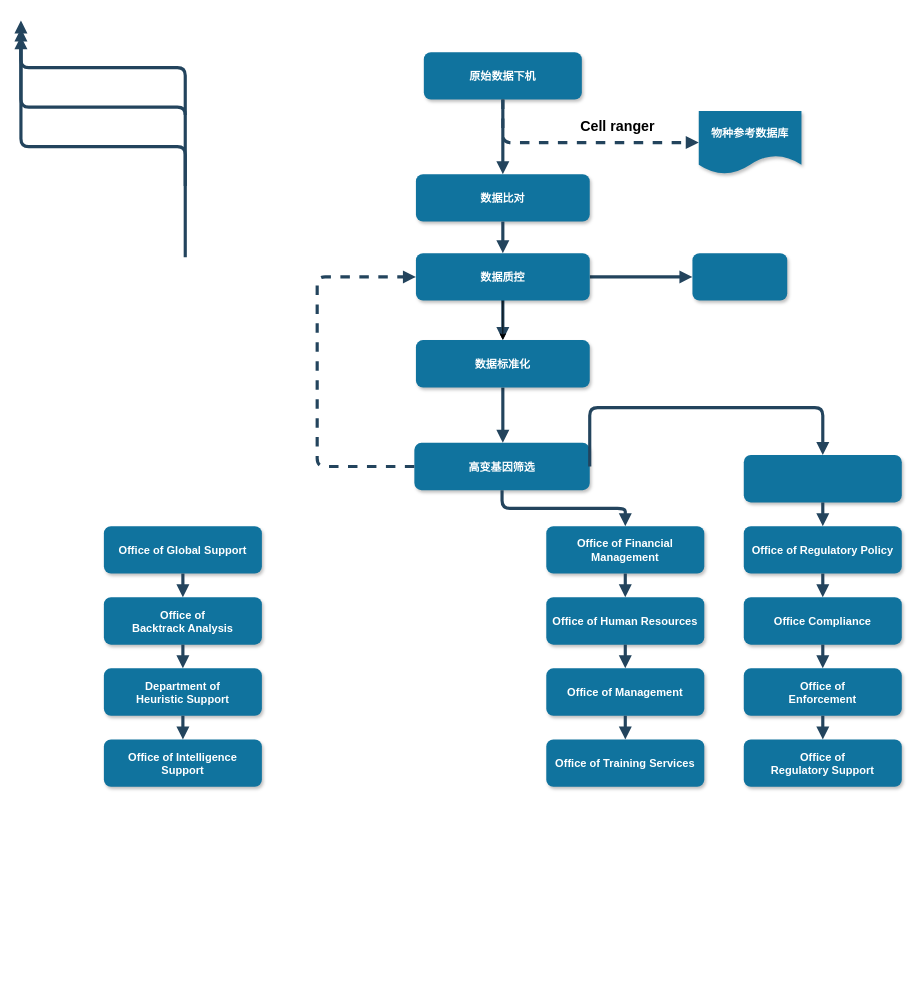
The draw.io diagram 流程图1.drawio in myshu2017-03-14/test-myshu-2018-1-13, before the edit. Source tidied: cells renumbered, new cells numbered last; positions are measured from the earlier drawing's top-left corner, leaving out a move shared by most shapes. Both pictures are drawn from the tidied source at 79%, with x=0, y=0 at pixel (21, 21).
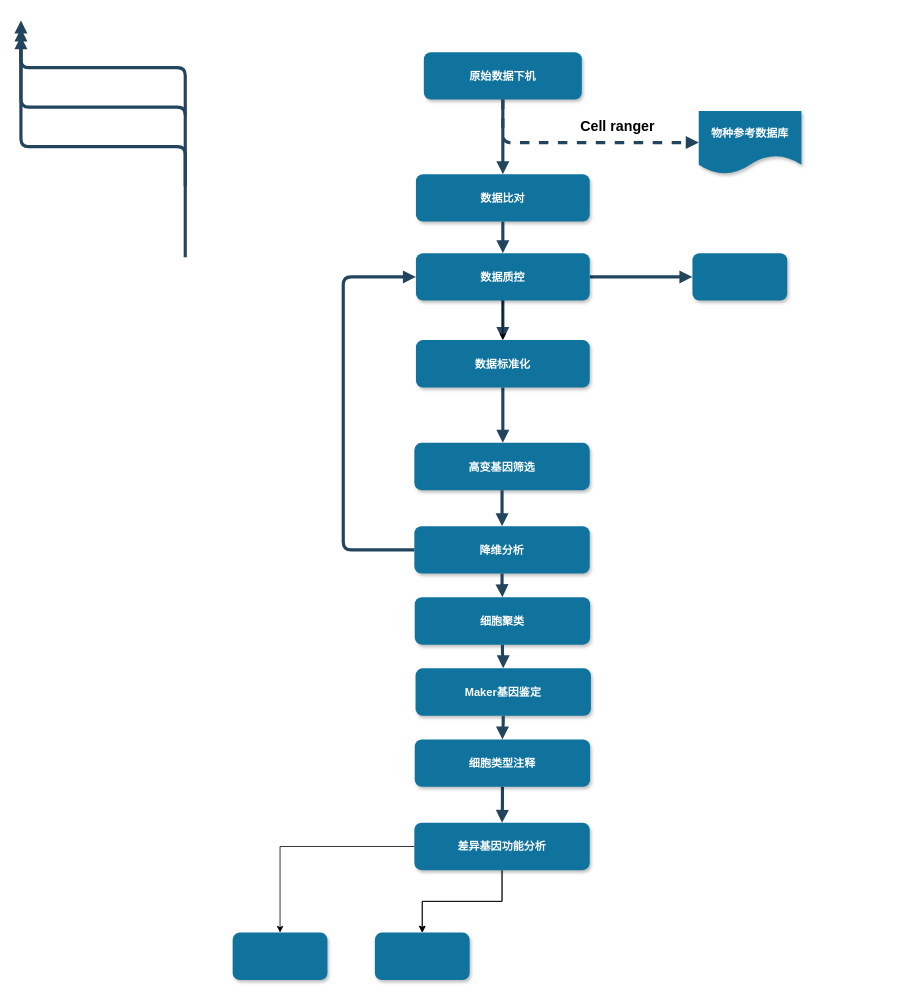
The same page after the edit.

Commit message:
更新流程图1.drawio

Unchanged cells that the change refers to:
```xml
<mxCell id="8" value="高变基因筛选" style="rounded=1;fillColor=#10739E;strokeColor=none;shadow=1;gradientColor=none;fontStyle=1;fontColor=#FFFFFF;fontSize=14;" parent="1" vertex="1">
  <mxGeometry x="498" y="534" width="222" height="60" as="geometry" />
</mxCell>
<mxCell id="44" value="数据质控" style="rounded=1;fillColor=#10739E;strokeColor=none;shadow=1;gradientColor=none;fontStyle=1;fontColor=#FFFFFF;fontSize=14;verticalAlign=middle;" parent="1" vertex="1">
  <mxGeometry x="500" y="294" width="220" height="60" as="geometry" />
</mxCell>
```

Change to the diagram source:
```diff
@@
-    <mxCell id="4" value="Office of Global Support" style="rounded=1;fillColor=#10739E;strokeColor=none;shadow=1;gradientColor=none;fontStyle=1;fontColor=#FFFFFF;fontSize=14;" parent="1" vertex="1">
-      <mxGeometry x="105" y="639.5" width="200" height="60" as="geometry" />
-    </mxCell>
-    <mxCell id="5" value="Office of &#10;Backtrack Analysis" style="rounded=1;fillColor=#10739E;strokeColor=none;shadow=1;gradientColor=none;fontStyle=1;fontColor=#FFFFFF;fontSize=14;" parent="1" vertex="1">
-      <mxGeometry x="105" y="729.5" width="200" height="60" as="geometry" />
-    </mxCell>
-    <mxCell id="6" value="Department of &#10;Heuristic Support" style="rounded=1;fillColor=#10739E;strokeColor=none;shadow=1;gradientColor=none;fontStyle=1;fontColor=#FFFFFF;fontSize=14;" parent="1" vertex="1">
-      <mxGeometry x="105" y="819.5" width="200" height="60" as="geometry" />
-    </mxCell>
-    <mxCell id="7" value="Office of Intelligence &#10;Support" style="rounded=1;fillColor=#10739E;strokeColor=none;shadow=1;gradientColor=none;fontStyle=1;fontColor=#FFFFFF;fontSize=14;" parent="1" vertex="1">
-      <mxGeometry x="105" y="909.5" width="200" height="60" as="geometry" />
-    </mxCell>
@@
-    <mxCell id="9" value="Office of Financial &#10;Management" style="rounded=1;fillColor=#10739E;strokeColor=none;shadow=1;gradientColor=none;fontStyle=1;fontColor=#FFFFFF;fontSize=14;" parent="1" vertex="1">
-      <mxGeometry x="665" y="639.5" width="200" height="60" as="geometry" />
+    <mxCell id="9" value="降维分析" style="rounded=1;fillColor=#10739E;strokeColor=none;shadow=1;gradientColor=none;fontStyle=1;fontColor=#FFFFFF;fontSize=14;" parent="1" vertex="1">
+      <mxGeometry x="498" y="639.5" width="222" height="60" as="geometry" />
     </mxCell>
-    <mxCell id="10" value="Office of Human Resources" style="rounded=1;fillColor=#10739E;strokeColor=none;shadow=1;gradientColor=none;fontStyle=1;fontColor=#FFFFFF;fontSize=14;" parent="1" vertex="1">
-      <mxGeometry x="665" y="729.5" width="200" height="60" as="geometry" />
+    <mxCell id="10" value="细胞聚类" style="rounded=1;fillColor=#10739E;strokeColor=none;shadow=1;gradientColor=none;fontStyle=1;fontColor=#FFFFFF;fontSize=14;" parent="1" vertex="1">
+      <mxGeometry x="498.5" y="729.5" width="222" height="60" as="geometry" />
     </mxCell>
-    <mxCell id="11" value="Office of Management " style="rounded=1;fillColor=#10739E;strokeColor=none;shadow=1;gradientColor=none;fontStyle=1;fontColor=#FFFFFF;fontSize=14;" parent="1" vertex="1">
-      <mxGeometry x="665" y="819.5" width="200" height="60" as="geometry" />
+    <mxCell id="11" value="Maker基因鉴定" style="rounded=1;fillColor=#10739E;strokeColor=none;shadow=1;gradientColor=none;fontStyle=1;fontColor=#FFFFFF;fontSize=14;" parent="1" vertex="1">
+      <mxGeometry x="499.5" y="819.5" width="222" height="60" as="geometry" />
     </mxCell>
+    <mxCell id="47" style="edgeStyle=orthogonalEdgeStyle;rounded=1;jettySize=auto;html=1;fontSize=11;fontColor=#000000;fontStyle=1;strokeColor=#23445D;strokeWidth=4;endFill=1;endArrow=block;" parent="1" edge="1" source="12" target="51">
+      <mxGeometry relative="1" as="geometry" />
+    </mxCell>
-    <mxCell id="12" value="Office of Training Services" style="rounded=1;fillColor=#10739E;strokeColor=none;shadow=1;gradientColor=none;fontStyle=1;fontColor=#FFFFFF;fontSize=14;" parent="1" vertex="1">
-      <mxGeometry x="665" y="909.5" width="200" height="60" as="geometry" />
+    <mxCell id="12" value="细胞类型注释" style="rounded=1;fillColor=#10739E;strokeColor=none;shadow=1;gradientColor=none;fontStyle=1;fontColor=#FFFFFF;fontSize=14;" parent="1" vertex="1">
+      <mxGeometry x="498.5" y="909.5" width="222" height="60" as="geometry" />
     </mxCell>
-    <mxCell id="13" style="rounded=1;fillColor=#10739E;strokeColor=none;shadow=1;gradientColor=none;fontStyle=1;fontColor=#FFFFFF;fontSize=14;" parent="1" vertex="1">
-      <mxGeometry x="915" y="549.5" width="200" height="60" as="geometry" />
-    </mxCell>
-    <mxCell id="14" value="Office of Regulatory Policy" style="rounded=1;fillColor=#10739E;strokeColor=none;shadow=1;gradientColor=none;fontStyle=1;fontColor=#FFFFFF;fontSize=14;" parent="1" vertex="1">
-      <mxGeometry x="915" y="639.5" width="200" height="60" as="geometry" />
-    </mxCell>
-    <mxCell id="15" value="Office Compliance" style="rounded=1;fillColor=#10739E;strokeColor=none;shadow=1;gradientColor=none;fontStyle=1;fontColor=#FFFFFF;fontSize=14;" parent="1" vertex="1">
-      <mxGeometry x="915" y="729.5" width="200" height="60" as="geometry" />
-    </mxCell>
-    <mxCell id="16" value="Office of &#10;Enforcement" style="rounded=1;fillColor=#10739E;strokeColor=none;shadow=1;gradientColor=none;fontStyle=1;fontColor=#FFFFFF;fontSize=14;" parent="1" vertex="1">
-      <mxGeometry x="915" y="819.5" width="200" height="60" as="geometry" />
-    </mxCell>
-    <mxCell id="17" value="Office of&#10; Regulatory Support" style="rounded=1;fillColor=#10739E;strokeColor=none;shadow=1;gradientColor=none;fontStyle=1;fontColor=#FFFFFF;fontSize=14;" parent="1" vertex="1">
-      <mxGeometry x="915" y="909.5" width="200" height="60" as="geometry" />
-    </mxCell>
@@
-    <mxCell id="21" style="edgeStyle=elbowEdgeStyle;elbow=vertical;strokeWidth=4;endArrow=block;endFill=1;fontStyle=1;strokeColor=#23445D;exitX=0;exitY=0.5;exitDx=0;exitDy=0;entryX=0;entryY=0.5;entryDx=0;entryDy=0;dashed=1;" parent="1" edge="1" source="8" target="44">
+    <mxCell id="21" style="edgeStyle=elbowEdgeStyle;elbow=vertical;strokeWidth=4;endArrow=block;endFill=1;fontStyle=1;strokeColor=#23445D;entryX=0;entryY=0.5;entryDx=0;entryDy=0;exitX=0;exitY=0.5;exitDx=0;exitDy=0;" parent="1" edge="1" source="9" target="44">
       <mxGeometry x="7" y="265.5" as="geometry">
         <Array as="points">
-          <mxPoint x="375" y="489.5" />
+          <mxPoint x="408" y="504" />
         </Array>
       </mxGeometry>
     </mxCell>
-    <mxCell id="22" style="edgeStyle=elbowEdgeStyle;elbow=vertical;strokeWidth=4;endArrow=block;endFill=1;fontStyle=1;strokeColor=#23445D;exitX=1;exitY=0.5;exitDx=0;exitDy=0;" parent="1" edge="1" source="8" target="13">
-      <mxGeometry x="7" y="265.5" as="geometry">
-        <Array as="points">
-          <mxPoint x="795" y="489.5" />
-        </Array>
-      </mxGeometry>
-    </mxCell>
-    <mxCell id="23" style="edgeStyle=elbowEdgeStyle;elbow=vertical;strokeWidth=4;endArrow=block;endFill=1;fontStyle=1;strokeColor=#23445D;" parent="1" edge="1" source="4" target="5">
-      <mxGeometry x="47" y="275.5" as="geometry" />
-    </mxCell>
-    <mxCell id="24" style="edgeStyle=elbowEdgeStyle;elbow=vertical;strokeWidth=4;endArrow=block;endFill=1;fontStyle=1;strokeColor=#23445D;" parent="1" edge="1" source="5" target="6">
-      <mxGeometry x="47" y="285.5" as="geometry" />
-    </mxCell>
-    <mxCell id="25" style="edgeStyle=elbowEdgeStyle;elbow=vertical;strokeWidth=4;endArrow=block;endFill=1;fontStyle=1;strokeColor=#23445D;" parent="1" edge="1" source="6" target="7">
-      <mxGeometry x="47" y="295.5" as="geometry" />
-    </mxCell>
@@
     <mxCell id="30" style="edgeStyle=elbowEdgeStyle;elbow=vertical;strokeWidth=4;endArrow=block;endFill=1;fontStyle=1;strokeColor=#23445D;" parent="1" edge="1" source="9" target="10">
-      <mxGeometry x="57" y="275.5" as="geometry" />
+      <mxGeometry x="-88" y="275.5" as="geometry" />
     </mxCell>
     <mxCell id="31" style="edgeStyle=elbowEdgeStyle;elbow=vertical;strokeWidth=4;endArrow=block;endFill=1;fontStyle=1;strokeColor=#23445D;" parent="1" edge="1" source="10" target="11">
-      <mxGeometry x="57" y="285.5" as="geometry" />
+      <mxGeometry x="-88" y="285.5" as="geometry" />
     </mxCell>
     <mxCell id="32" style="edgeStyle=elbowEdgeStyle;elbow=vertical;strokeWidth=4;endArrow=block;endFill=1;fontStyle=1;strokeColor=#23445D;" parent="1" edge="1" source="11" target="12">
-      <mxGeometry x="57" y="295.5" as="geometry" />
+      <mxGeometry x="-88" y="295.5" as="geometry" />
     </mxCell>
-    <mxCell id="33" style="edgeStyle=elbowEdgeStyle;elbow=vertical;strokeWidth=4;endArrow=block;endFill=1;fontStyle=1;strokeColor=#23445D;" parent="1" edge="1" source="13" target="14">
-      <mxGeometry x="57" y="265.5" as="geometry" />
-    </mxCell>
-    <mxCell id="34" style="edgeStyle=elbowEdgeStyle;elbow=vertical;strokeWidth=4;endArrow=block;endFill=1;fontStyle=1;strokeColor=#23445D;" parent="1" edge="1" source="14" target="15">
-      <mxGeometry x="57" y="275.5" as="geometry" />
-    </mxCell>
-    <mxCell id="35" style="edgeStyle=elbowEdgeStyle;elbow=vertical;strokeWidth=4;endArrow=block;endFill=1;fontStyle=1;strokeColor=#23445D;" parent="1" edge="1" source="15" target="16">
-      <mxGeometry x="57" y="285.5" as="geometry" />
-    </mxCell>
-    <mxCell id="36" style="edgeStyle=elbowEdgeStyle;elbow=vertical;strokeWidth=4;endArrow=block;endFill=1;fontStyle=1;strokeColor=#23445D;" parent="1" edge="1" source="16" target="17">
-      <mxGeometry x="57" y="295.5" as="geometry" />
-    </mxCell>
@@
+    <mxCell id="48" style="edgeStyle=orthogonalEdgeStyle;rounded=0;jettySize=auto;html=1;fontSize=18;fontColor=#FFFFFF;" parent="1" edge="1" source="51" target="52">
+      <mxGeometry relative="1" as="geometry" />
+    </mxCell>
+    <mxCell id="49" style="edgeStyle=orthogonalEdgeStyle;rounded=0;jettySize=auto;html=1;fontSize=18;fontColor=#FFFFFF;" parent="1" edge="1" source="51" target="53">
+      <mxGeometry relative="1" as="geometry" />
+    </mxCell>
+    <mxCell id="50" style="edgeStyle=orthogonalEdgeStyle;rounded=0;jettySize=auto;html=1;fontSize=18;fontColor=#FFFFFF;" parent="1" edge="1" source="51" target="53">
+      <mxGeometry relative="1" as="geometry" />
+    </mxCell>
+    <mxCell id="51" value="差异基因功能分析" style="shape=process;whiteSpace=wrap;html=1;backgroundOutline=1;rounded=1;shadow=1;fontSize=14;fontColor=#FFFFFF;fontStyle=1;strokeColor=none;fillColor=#10739E;" parent="1" vertex="1">
+      <mxGeometry x="498" y="1015" width="222" height="60" as="geometry" />
+    </mxCell>
+    <mxCell id="52" style="shape=process;whiteSpace=wrap;html=1;backgroundOutline=1;rounded=1;shadow=1;fontSize=14;fontColor=#FFFFFF;fontStyle=1;strokeColor=none;fillColor=#10739E;" parent="1" vertex="1">
+      <mxGeometry x="268" y="1154" width="120" height="60" as="geometry" />
+    </mxCell>
+    <mxCell id="53" style="shape=process;whiteSpace=wrap;html=1;backgroundOutline=1;rounded=1;shadow=1;fontSize=14;fontColor=#FFFFFF;fontStyle=1;strokeColor=none;fillColor=#10739E;" parent="1" vertex="1">
+      <mxGeometry x="448" y="1154" width="120" height="60" as="geometry" />
+    </mxCell>
```
